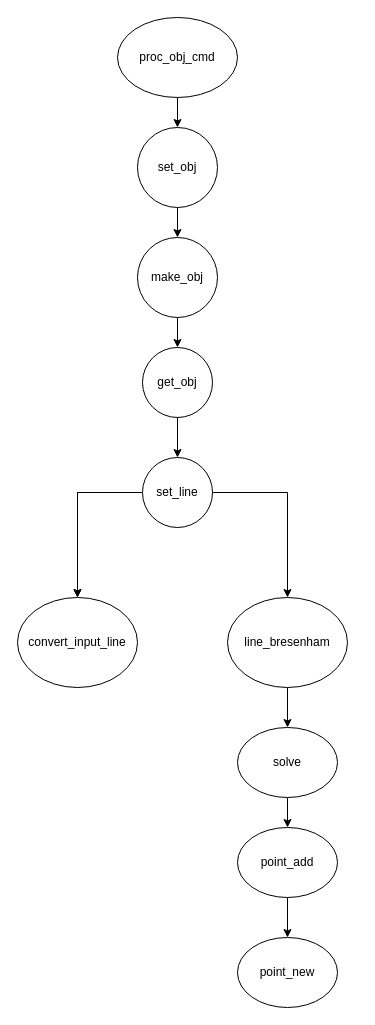
Above: resources/infografika/hiarchie.drawio in malirl/MP (draw.io), before the change. Source tidied: cells renumbered, new cells numbered last; positions are measured from the earlier drawing's top-left corner, leaving out a move shared by most shapes. Both pictures are drawn from the tidied source at 100%, with x=0, y=0 at pixel (17, 17).
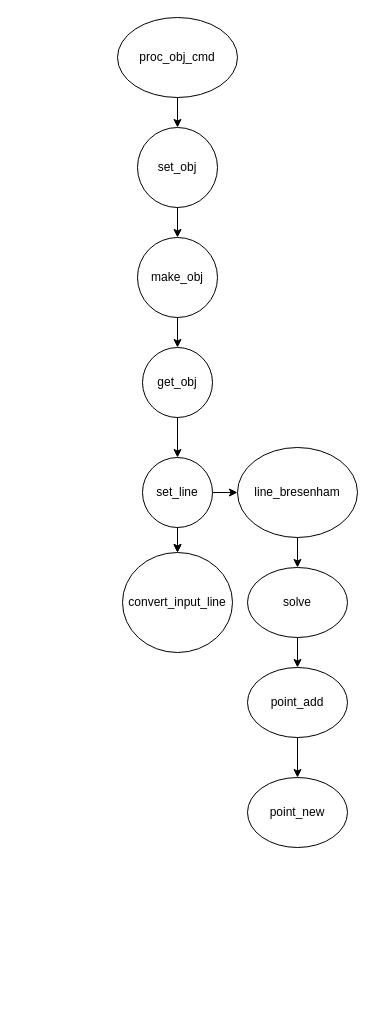
The same diagram, later.

Unchanged cells that the change refers to:
```xml
<mxCell id="13" value="set_line" style="ellipse;whiteSpace=wrap;html=1;" parent="1" vertex="1">
  <mxGeometry x="125" y="440" width="70" height="70" as="geometry" />
</mxCell>
```

Change to the diagram source:
```diff
@@
-    <mxCell id="12" style="edgeStyle=orthogonalEdgeStyle;rounded=0;jettySize=auto;html=1;entryX=0.5;entryY=0;entryDx=0;entryDy=0;" parent="1" edge="1" source="13" target="16">
+    <mxCell id="12" style="edgeStyle=orthogonalEdgeStyle;rounded=0;jettySize=auto;html=1;" parent="1" edge="1" source="13" target="16">
       <mxGeometry relative="1" as="geometry" />
     </mxCell>
@@
     <mxCell id="14" value="convert_input_line" style="ellipse;whiteSpace=wrap;html=1;" parent="1" vertex="1">
-      <mxGeometry y="580" width="120" height="90" as="geometry" />
+      <mxGeometry x="105" y="535" width="110" height="100" as="geometry" />
     </mxCell>
@@
     <mxCell id="16" value="line_bresenham" style="ellipse;whiteSpace=wrap;html=1;" parent="1" vertex="1">
-      <mxGeometry x="210" y="580" width="120" height="90" as="geometry" />
+      <mxGeometry x="220" y="430" width="120" height="90" as="geometry" />
     </mxCell>
@@
     <mxCell id="18" value="solve" style="ellipse;whiteSpace=wrap;html=1;" parent="1" vertex="1">
-      <mxGeometry x="220" y="710" width="100" height="70" as="geometry" />
+      <mxGeometry x="230" y="550" width="100" height="70" as="geometry" />
     </mxCell>
@@
     <mxCell id="20" value="point_add" style="ellipse;whiteSpace=wrap;html=1;" parent="1" vertex="1">
-      <mxGeometry x="220" y="810" width="100" height="70" as="geometry" />
+      <mxGeometry x="230" y="650" width="100" height="70" as="geometry" />
     </mxCell>
     <mxCell id="21" value="point_new" style="ellipse;whiteSpace=wrap;html=1;" parent="1" vertex="1">
-      <mxGeometry x="220" y="920" width="100" height="70" as="geometry" />
+      <mxGeometry x="230" y="760" width="100" height="70" as="geometry" />
     </mxCell>
```
